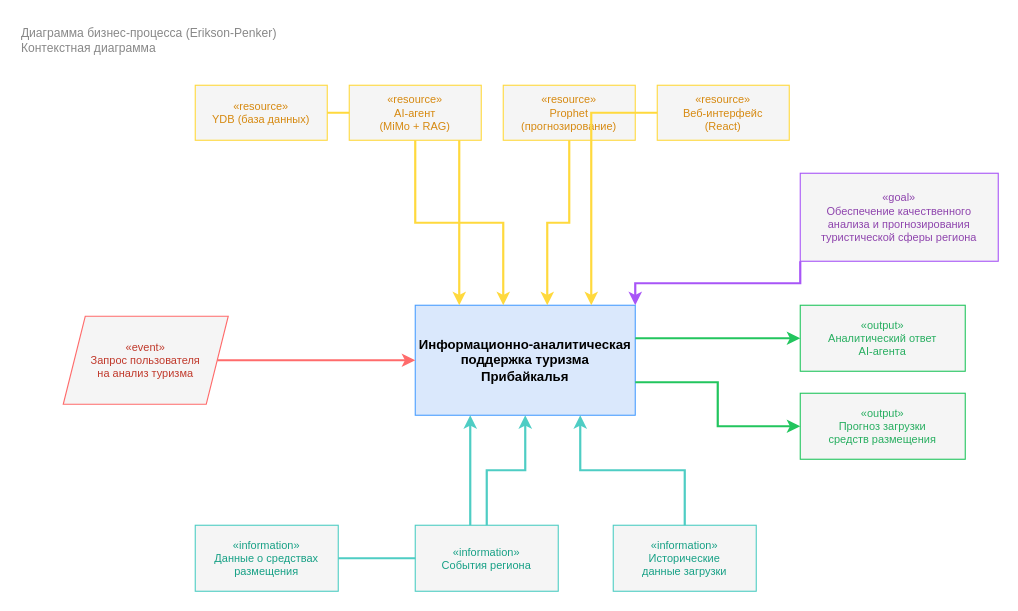
The draw.io diagram page "Контекстная диаграмма" (1 of 2) of models/BP/bp_model.drawio in Vad1mah/irkutsk-tourism-ias, before the edit. Source tidied: cells renumbered, new cells numbered last; positions are measured from the earlier drawing's top-left corner, leaving out a move shared by most shapes. Both pictures are drawn from the tidied source at 110%, with x=0, y=0 at pixel (19, 19).
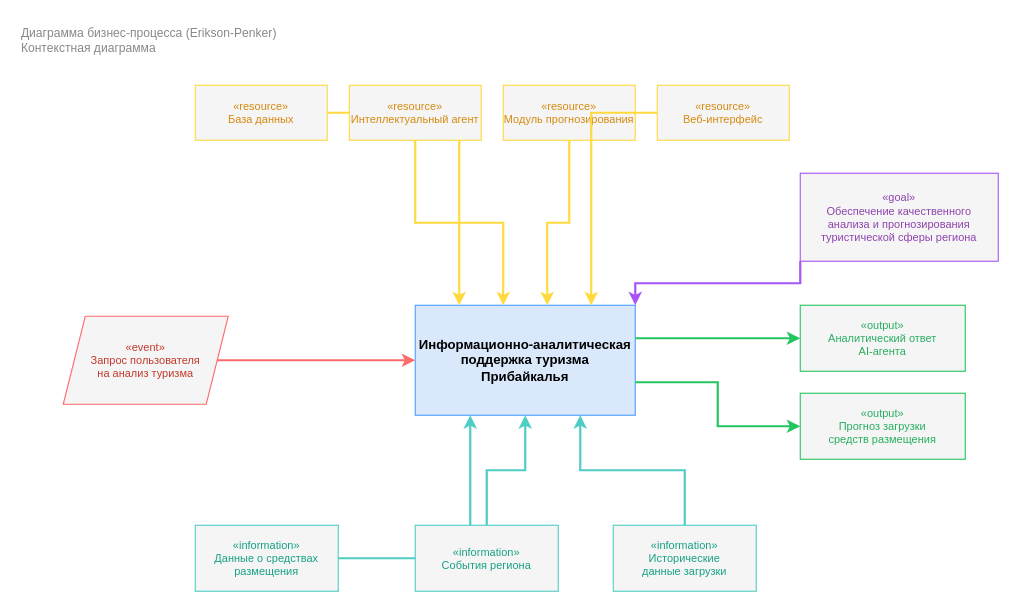
Above is the later version.

Change to the diagram source:
```diff
@@
-    <mxCell id="11" value="«resource»&#10;YDB (база данных)" style="rounded=0;whiteSpace=wrap;html=1;fillColor=#f5f5f5;strokeColor=#ffd93d;fontColor=#d68910;fontSize=10;align=center;" parent="1" vertex="1">
+    <mxCell id="11" value="«resource»&#10;База данных" style="rounded=0;whiteSpace=wrap;html=1;fillColor=#f5f5f5;strokeColor=#ffd93d;fontColor=#d68910;fontSize=10;align=center;" parent="1" vertex="1">
       <mxGeometry x="160" y="60" width="120" height="50" as="geometry" />
     </mxCell>
@@
-    <mxCell id="13" value="«resource»&#10;AI-агент&#10;(MiMo + RAG)" style="rounded=0;whiteSpace=wrap;html=1;fillColor=#f5f5f5;strokeColor=#ffd93d;fontColor=#d68910;fontSize=10;align=center;" parent="1" vertex="1">
+    <mxCell id="13" value="«resource»&#10;Интеллектуальный агент" style="rounded=0;whiteSpace=wrap;html=1;fillColor=#f5f5f5;strokeColor=#ffd93d;fontColor=#d68910;fontSize=10;align=center;" parent="1" vertex="1">
       <mxGeometry x="300" y="60" width="120" height="50" as="geometry" />
     </mxCell>
@@
-    <mxCell id="15" value="«resource»&#10;Prophet&#10;(прогнозирование)" style="rounded=0;whiteSpace=wrap;html=1;fillColor=#f5f5f5;strokeColor=#ffd93d;fontColor=#d68910;fontSize=10;align=center;" parent="1" vertex="1">
+    <mxCell id="15" value="«resource»&#10;Модуль прогнозирования" style="rounded=0;whiteSpace=wrap;html=1;fillColor=#f5f5f5;strokeColor=#ffd93d;fontColor=#d68910;fontSize=10;align=center;" parent="1" vertex="1">
       <mxGeometry x="440" y="60" width="120" height="50" as="geometry" />
     </mxCell>
@@
-    <mxCell id="17" value="«resource»&#10;Веб-интерфейс&#10;(React)" style="rounded=0;whiteSpace=wrap;html=1;fillColor=#f5f5f5;strokeColor=#ffd93d;fontColor=#d68910;fontSize=10;align=center;" parent="1" vertex="1">
+    <mxCell id="17" value="«resource»&#10;Веб-интерфейс" style="rounded=0;whiteSpace=wrap;html=1;fillColor=#f5f5f5;strokeColor=#ffd93d;fontColor=#d68910;fontSize=10;align=center;" parent="1" vertex="1">
       <mxGeometry x="580" y="60" width="120" height="50" as="geometry" />
     </mxCell>
```
